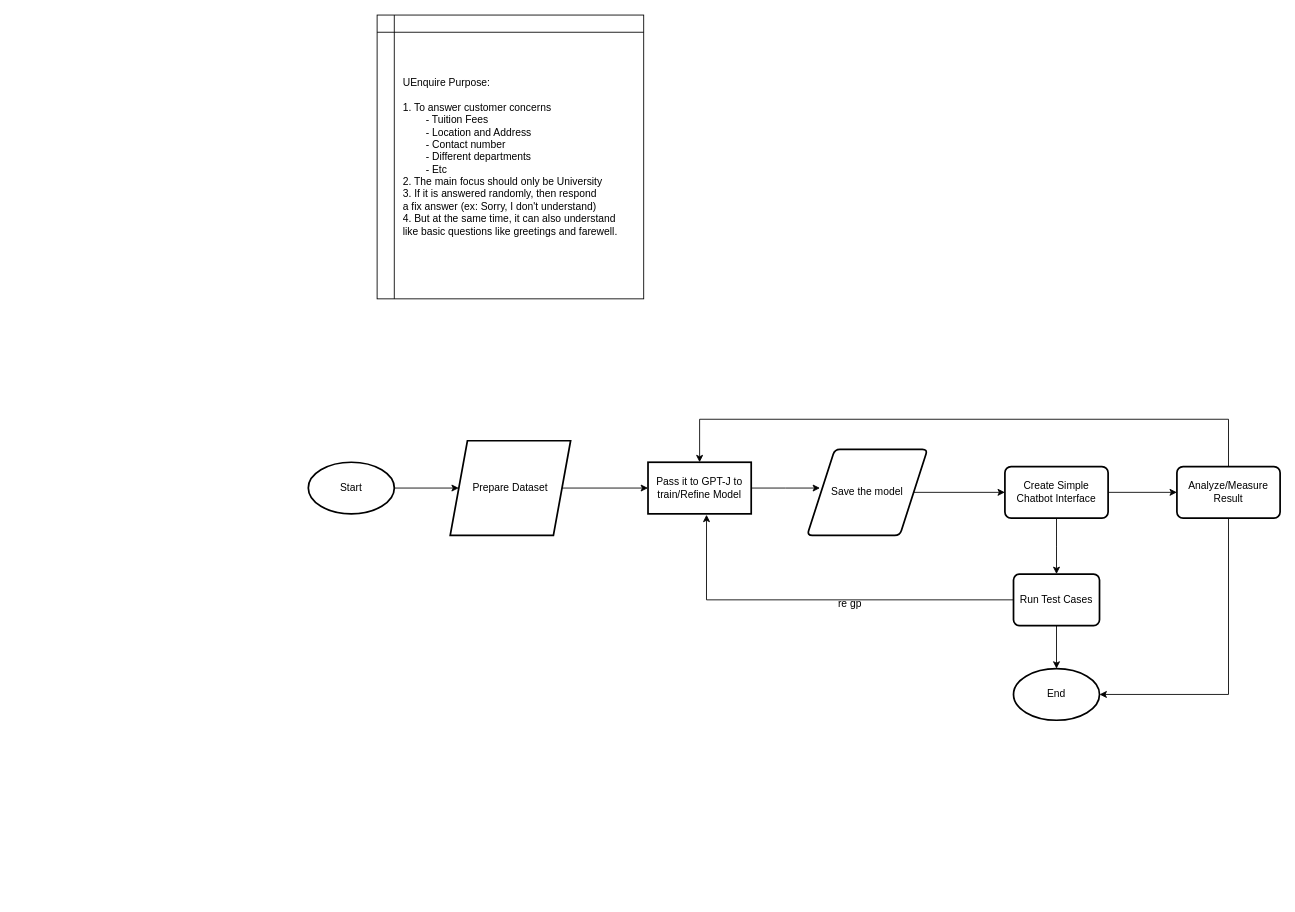
The draw.io diagram UEnquire_Revamped.drawio in x2ffer0512/UEnquire, before the edit. Source tidied: cells renumbered, new cells numbered last; positions are measured from the earlier drawing's top-left corner, leaving out a move shared by most shapes. Both pictures are drawn from the tidied source at 86%, with x=0, y=0 at pixel (308, 15).
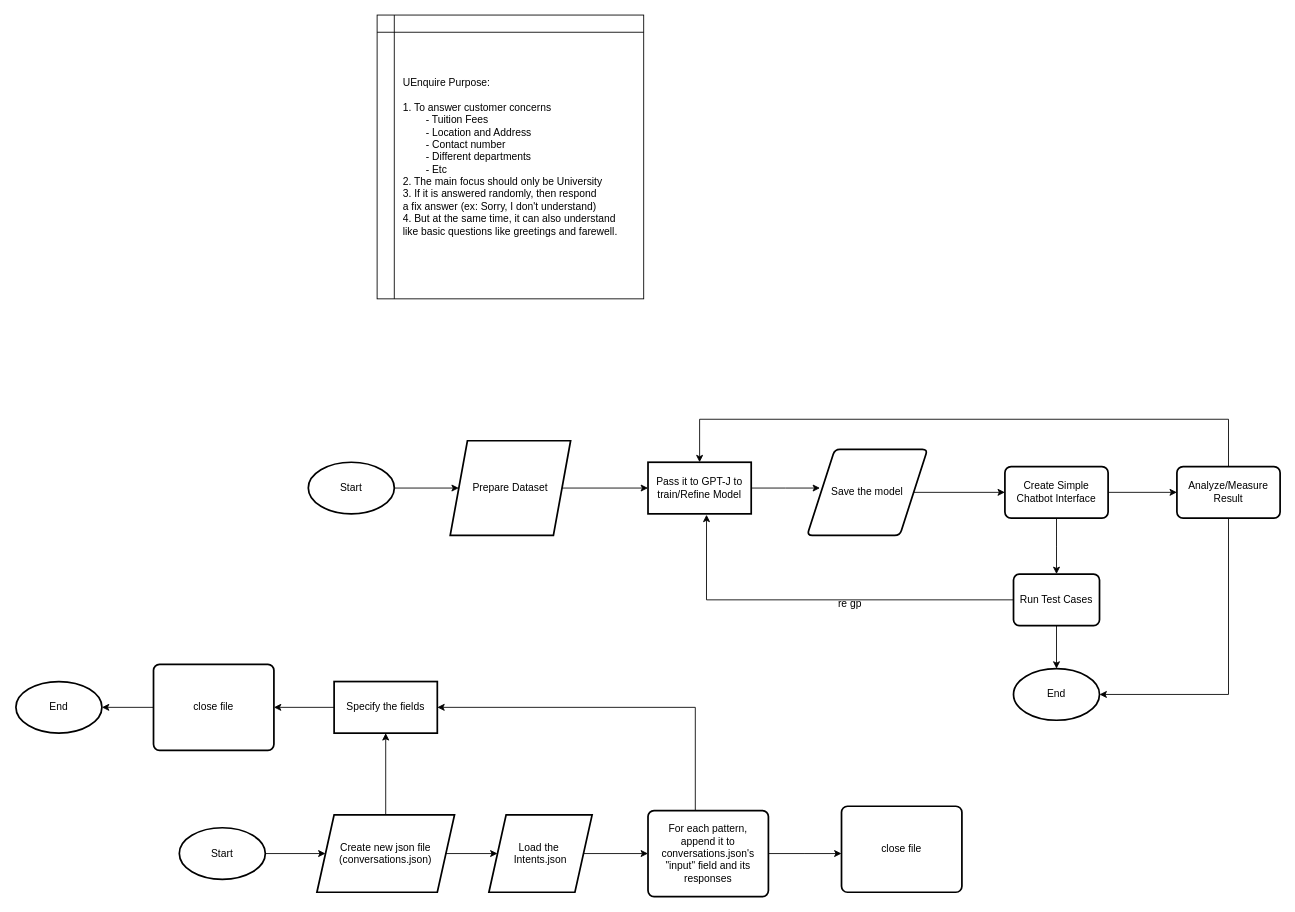
After the change.

Diff of the diagram source:
```diff
@@
+    <mxCell id="22" style="edgeStyle=orthogonalEdgeStyle;rounded=0;jettySize=auto;html=1;entryX=0;entryY=0.5;entryDx=0;entryDy=0;" parent="1" edge="1" source="23" target="26">
+      <mxGeometry relative="1" as="geometry" />
+    </mxCell>
+    <mxCell id="23" value="&lt;div&gt;Load the&amp;nbsp;&lt;/div&gt;&lt;div&gt;Intents.json&lt;/div&gt;" style="shape=parallelogram;perimeter=parallelogramPerimeter;whiteSpace=wrap;html=1;fixedSize=1;strokeWidth=2;" parent="1" vertex="1">
+      <mxGeometry x="210" y="930" width="120" height="90" as="geometry" />
+    </mxCell>
+    <mxCell id="24" style="edgeStyle=orthogonalEdgeStyle;rounded=0;jettySize=auto;html=1;" parent="1" edge="1" source="26">
+      <mxGeometry relative="1" as="geometry">
+        <mxPoint x="620" y="975" as="targetPoint" />
+      </mxGeometry>
+    </mxCell>
+    <mxCell id="25" style="edgeStyle=orthogonalEdgeStyle;rounded=0;jettySize=auto;html=1;entryX=1;entryY=0.5;entryDx=0;entryDy=0;" parent="1" edge="1" source="26" target="34">
+      <mxGeometry relative="1" as="geometry">
+        <Array as="points">
+          <mxPoint x="450" y="805" />
+        </Array>
+      </mxGeometry>
+    </mxCell>
+    <mxCell id="26" value="&lt;div&gt;For each pattern,&lt;/div&gt;&lt;div&gt;append it to conversations.json's &quot;input&quot; field and its responses&lt;br&gt;&lt;/div&gt;" style="rounded=1;whiteSpace=wrap;html=1;absoluteArcSize=1;arcSize=14;strokeWidth=2;" parent="1" vertex="1">
+      <mxGeometry x="395" y="925" width="140" height="100" as="geometry" />
+    </mxCell>
+    <mxCell id="27" value="close file" style="rounded=1;whiteSpace=wrap;html=1;absoluteArcSize=1;arcSize=14;strokeWidth=2;" parent="1" vertex="1">
+      <mxGeometry x="620" y="920" width="140" height="100" as="geometry" />
+    </mxCell>
+    <mxCell id="28" style="edgeStyle=orthogonalEdgeStyle;rounded=0;jettySize=auto;html=1;" parent="1" edge="1" source="30" target="23">
+      <mxGeometry relative="1" as="geometry" />
+    </mxCell>
+    <mxCell id="29" style="edgeStyle=orthogonalEdgeStyle;rounded=0;jettySize=auto;html=1;" parent="1" edge="1" source="30" target="34">
+      <mxGeometry relative="1" as="geometry" />
+    </mxCell>
+    <mxCell id="30" value="&lt;div&gt;Create new json file&lt;/div&gt;&lt;div&gt;(conversations.json)&lt;br&gt;&lt;/div&gt;" style="shape=parallelogram;perimeter=parallelogramPerimeter;whiteSpace=wrap;html=1;fixedSize=1;strokeWidth=2;" parent="1" vertex="1">
+      <mxGeometry x="10" y="930" width="160" height="90" as="geometry" />
+    </mxCell>
+    <mxCell id="31" style="edgeStyle=orthogonalEdgeStyle;rounded=0;jettySize=auto;html=1;" parent="1" edge="1" source="32" target="30">
+      <mxGeometry relative="1" as="geometry" />
+    </mxCell>
+    <mxCell id="32" value="Start" style="strokeWidth=2;html=1;shape=mxgraph.flowchart.start_1;whiteSpace=wrap;" parent="1" vertex="1">
+      <mxGeometry x="-150" y="945" width="100" height="60" as="geometry" />
+    </mxCell>
+    <mxCell id="33" style="edgeStyle=orthogonalEdgeStyle;rounded=0;jettySize=auto;html=1;" parent="1" edge="1" source="34" target="36">
+      <mxGeometry relative="1" as="geometry" />
+    </mxCell>
+    <mxCell id="34" value="Specify the fields" style="whiteSpace=wrap;html=1;strokeWidth=2;" parent="1" vertex="1">
+      <mxGeometry x="30" y="775" width="120" height="60" as="geometry" />
+    </mxCell>
+    <mxCell id="35" style="edgeStyle=orthogonalEdgeStyle;rounded=0;jettySize=auto;html=1;" parent="1" edge="1" source="36" target="37">
+      <mxGeometry relative="1" as="geometry" />
+    </mxCell>
+    <mxCell id="36" value="close file" style="rounded=1;whiteSpace=wrap;html=1;absoluteArcSize=1;arcSize=14;strokeWidth=2;" parent="1" vertex="1">
+      <mxGeometry x="-180" y="755" width="140" height="100" as="geometry" />
+    </mxCell>
+    <mxCell id="37" value="End" style="strokeWidth=2;html=1;shape=mxgraph.flowchart.start_1;whiteSpace=wrap;" parent="1" vertex="1">
+      <mxGeometry x="-340" y="775" width="100" height="60" as="geometry" />
+    </mxCell>
```
